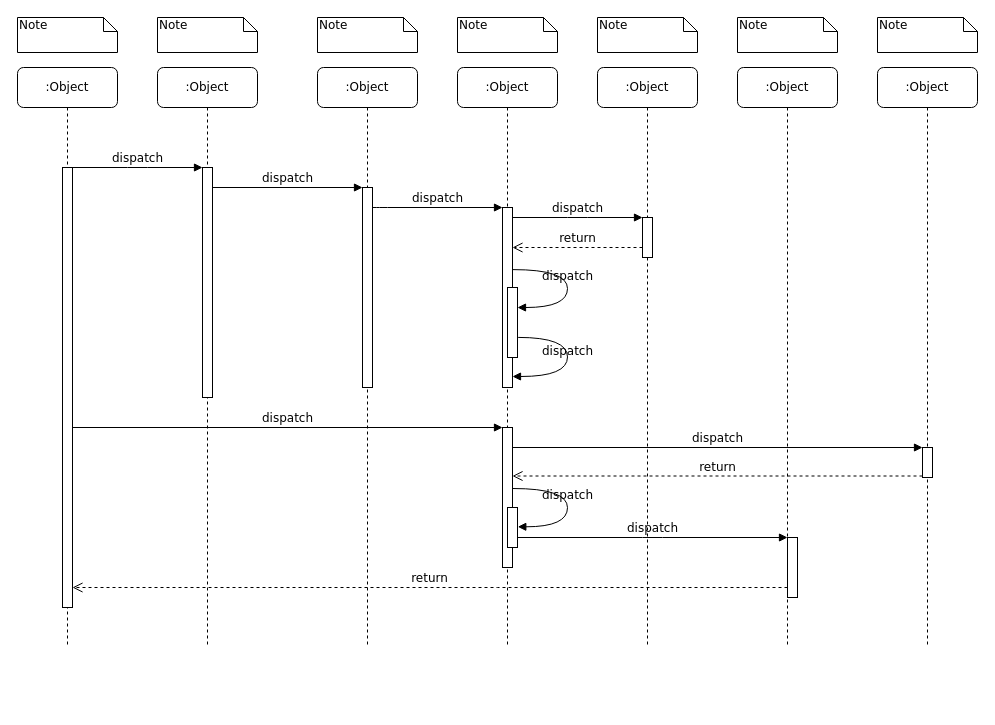
Above: config Diagram.drawio in acodetailor/uml (draw.io), before the change. Source tidied: cells renumbered, new cells numbered last; positions are measured from the earlier drawing's top-left corner, leaving out a move shared by most shapes. Both pictures are drawn from the tidied source at 100%, with x=0, y=0 at pixel (17, 17).
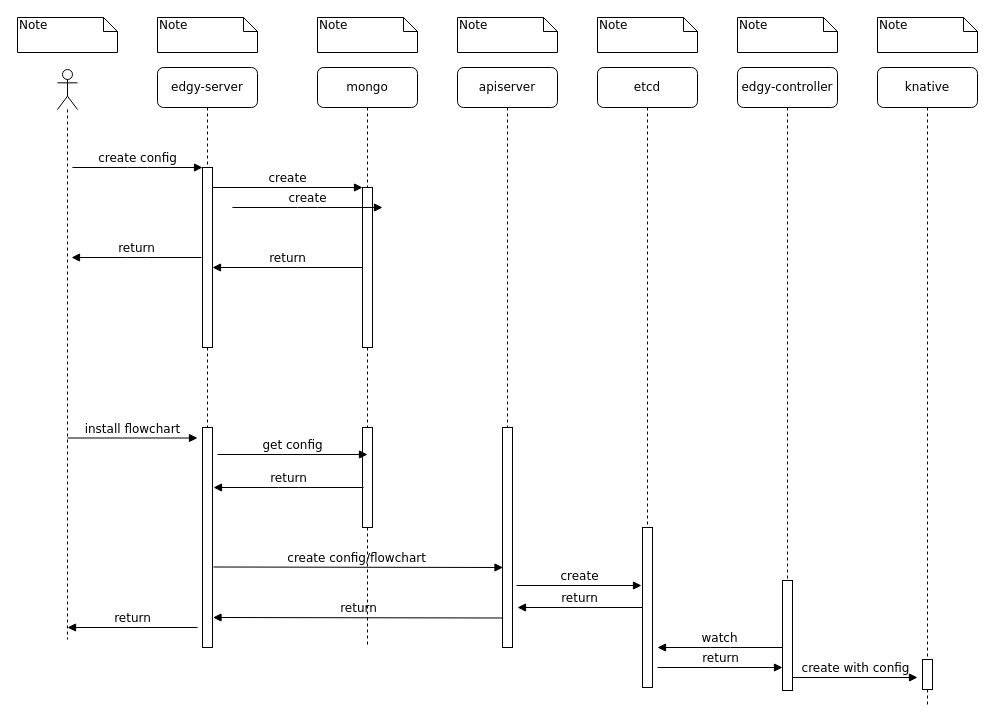
Above is the later version.

Change to the diagram source:
```diff
@@
-    <mxCell id="2" value=":Object" style="shape=umlLifeline;perimeter=lifelinePerimeter;whiteSpace=wrap;html=1;rounded=1;shadow=0;comic=0;labelBackgroundColor=none;strokeWidth=1;fontFamily=Verdana;fontSize=12;align=center;" parent="1" vertex="1">
+    <mxCell id="2" value="edgy-server" style="shape=umlLifeline;perimeter=lifelinePerimeter;whiteSpace=wrap;html=1;rounded=1;shadow=0;comic=0;labelBackgroundColor=none;strokeWidth=1;fontFamily=Verdana;fontSize=12;align=center;" parent="1" vertex="1">
       <mxGeometry x="140" y="50" width="100" height="580" as="geometry" />
     </mxCell>
     <mxCell id="3" style="html=1;points=[];perimeter=orthogonalPerimeter;rounded=0;shadow=0;comic=0;labelBackgroundColor=none;strokeWidth=1;fontFamily=Verdana;fontSize=12;align=center;" parent="2" vertex="1">
-      <mxGeometry x="45" y="100" width="10" height="230" as="geometry" />
+      <mxGeometry x="45" y="100" width="10" height="180" as="geometry" />
     </mxCell>
+    <mxCell id="39" style="html=1;perimeter=orthogonalPerimeter;rounded=0;shadow=0;comic=0;labelBackgroundColor=none;strokeWidth=1;fontFamily=Verdana;fontSize=12;align=center;" parent="2" vertex="1">
+      <mxGeometry x="45" y="360" width="10" height="220" as="geometry" />
+    </mxCell>
-    <mxCell id="4" value=":Object" style="shape=umlLifeline;perimeter=lifelinePerimeter;whiteSpace=wrap;html=1;rounded=1;shadow=0;comic=0;labelBackgroundColor=none;strokeWidth=1;fontFamily=Verdana;fontSize=12;align=center;" parent="1" vertex="1">
+    <mxCell id="4" value="mongo" style="shape=umlLifeline;perimeter=lifelinePerimeter;whiteSpace=wrap;html=1;rounded=1;shadow=0;comic=0;labelBackgroundColor=none;strokeWidth=1;fontFamily=Verdana;fontSize=12;align=center;" parent="1" vertex="1">
       <mxGeometry x="300" y="50" width="100" height="580" as="geometry" />
     </mxCell>
     <mxCell id="5" style="html=1;points=[];perimeter=orthogonalPerimeter;rounded=0;shadow=0;comic=0;labelBackgroundColor=none;strokeWidth=1;fontFamily=Verdana;fontSize=12;align=center;" parent="4" vertex="1">
-      <mxGeometry x="45" y="120" width="10" height="200" as="geometry" />
+      <mxGeometry x="45" y="120" width="10" height="160" as="geometry" />
     </mxCell>
+    <mxCell id="40" style="html=1;perimeter=orthogonalPerimeter;rounded=0;shadow=0;comic=0;labelBackgroundColor=none;strokeWidth=1;fontFamily=Verdana;fontSize=12;align=center;" parent="4" vertex="1">
+      <mxGeometry x="45" y="360" width="10" height="100" as="geometry" />
+    </mxCell>
-    <mxCell id="6" value=":Object" style="shape=umlLifeline;perimeter=lifelinePerimeter;whiteSpace=wrap;html=1;rounded=1;shadow=0;comic=0;labelBackgroundColor=none;strokeWidth=1;fontFamily=Verdana;fontSize=12;align=center;" parent="1" vertex="1">
+    <mxCell id="6" value="apiserver" style="shape=umlLifeline;perimeter=lifelinePerimeter;whiteSpace=wrap;html=1;rounded=1;shadow=0;comic=0;labelBackgroundColor=none;strokeWidth=1;fontFamily=Verdana;fontSize=12;align=center;" parent="1" vertex="1">
       <mxGeometry x="440" y="50" width="100" height="580" as="geometry" />
     </mxCell>
-    <mxCell id="7" value=":Object" style="shape=umlLifeline;perimeter=lifelinePerimeter;whiteSpace=wrap;html=1;rounded=1;shadow=0;comic=0;labelBackgroundColor=none;strokeWidth=1;fontFamily=Verdana;fontSize=12;align=center;" parent="1" vertex="1">
-      <mxGeometry x="580" y="50" width="100" height="580" as="geometry" />
+    <mxCell id="7" value="etcd" style="shape=umlLifeline;perimeter=lifelinePerimeter;whiteSpace=wrap;html=1;rounded=1;shadow=0;comic=0;labelBackgroundColor=none;strokeWidth=1;fontFamily=Verdana;fontSize=12;align=center;" parent="1" vertex="1">
+      <mxGeometry x="580" y="50" width="100" height="620" as="geometry" />
     </mxCell>
+    <mxCell id="14" style="html=1;points=[];perimeter=orthogonalPerimeter;rounded=0;shadow=0;comic=0;labelBackgroundColor=none;strokeWidth=1;fontFamily=Verdana;fontSize=12;align=center;" parent="7" vertex="1">
+      <mxGeometry x="45" y="460" width="10" height="160" as="geometry" />
+    </mxCell>
-    <mxCell id="8" value=":Object" style="shape=umlLifeline;perimeter=lifelinePerimeter;whiteSpace=wrap;html=1;rounded=1;shadow=0;comic=0;labelBackgroundColor=none;strokeWidth=1;fontFamily=Verdana;fontSize=12;align=center;" parent="1" vertex="1">
+    <mxCell id="8" value="edgy-controller" style="shape=umlLifeline;perimeter=lifelinePerimeter;whiteSpace=wrap;html=1;rounded=1;shadow=0;comic=0;labelBackgroundColor=none;strokeWidth=1;fontFamily=Verdana;fontSize=12;align=center;" parent="1" vertex="1">
       <mxGeometry x="720" y="50" width="100" height="580" as="geometry" />
     </mxCell>
-    <mxCell id="9" value=":Object" style="shape=umlLifeline;perimeter=lifelinePerimeter;whiteSpace=wrap;html=1;rounded=1;shadow=0;comic=0;labelBackgroundColor=none;strokeWidth=1;fontFamily=Verdana;fontSize=12;align=center;" parent="1" vertex="1">
-      <mxGeometry x="860" y="50" width="100" height="580" as="geometry" />
+    <mxCell id="9" value="knative" style="shape=umlLifeline;perimeter=lifelinePerimeter;whiteSpace=wrap;html=1;rounded=1;shadow=0;comic=0;labelBackgroundColor=none;strokeWidth=1;fontFamily=Verdana;fontSize=12;align=center;" parent="1" vertex="1">
+      <mxGeometry x="860" y="50" width="100" height="640" as="geometry" />
     </mxCell>
-    <mxCell id="10" value=":Object" style="shape=umlLifeline;perimeter=lifelinePerimeter;whiteSpace=wrap;html=1;rounded=1;shadow=0;comic=0;labelBackgroundColor=none;strokeWidth=1;fontFamily=Verdana;fontSize=12;align=center;" parent="1" vertex="1">
-      <mxGeometry y="50" width="100" height="580" as="geometry" />
-    </mxCell>
-    <mxCell id="11" style="html=1;points=[];perimeter=orthogonalPerimeter;rounded=0;shadow=0;comic=0;labelBackgroundColor=none;strokeWidth=1;fontFamily=Verdana;fontSize=12;align=center;" parent="10" vertex="1">
-      <mxGeometry x="45" y="100" width="10" height="440" as="geometry" />
-    </mxCell>
-    <mxCell id="12" style="html=1;points=[];perimeter=orthogonalPerimeter;rounded=0;shadow=0;comic=0;labelBackgroundColor=none;strokeWidth=1;fontFamily=Verdana;fontSize=12;align=center;" parent="1" vertex="1">
-      <mxGeometry x="485" y="190" width="10" height="180" as="geometry" />
-    </mxCell>
-    <mxCell id="13" value="dispatch" style="html=1;verticalAlign=bottom;endArrow=block;labelBackgroundColor=none;fontFamily=Verdana;fontSize=12;edgeStyle=elbowEdgeStyle;elbow=vertical;" parent="1" edge="1" source="5" target="12">
-      <mxGeometry relative="1" as="geometry">
-        <Array as="points">
-          <mxPoint x="360" y="190" />
-        </Array>
-      </mxGeometry>
-    </mxCell>
-    <mxCell id="14" style="html=1;points=[];perimeter=orthogonalPerimeter;rounded=0;shadow=0;comic=0;labelBackgroundColor=none;strokeWidth=1;fontFamily=Verdana;fontSize=12;align=center;" parent="1" vertex="1">
-      <mxGeometry x="625" y="200" width="10" height="40" as="geometry" />
-    </mxCell>
-    <mxCell id="15" value="dispatch" style="html=1;verticalAlign=bottom;endArrow=block;entryX=0;entryY=0;labelBackgroundColor=none;fontFamily=Verdana;fontSize=12;edgeStyle=elbowEdgeStyle;elbow=vertical;" parent="1" edge="1" source="12" target="14">
-      <mxGeometry relative="1" as="geometry" />
-    </mxCell>
-    <mxCell id="16" value="return" style="html=1;verticalAlign=bottom;endArrow=open;dashed=1;endSize=8;labelBackgroundColor=none;fontFamily=Verdana;fontSize=12;edgeStyle=elbowEdgeStyle;elbow=vertical;" parent="1" edge="1" source="14" target="12">
-      <mxGeometry relative="1" as="geometry">
-        <Array as="points">
-          <mxPoint x="570" y="230" />
-          <mxPoint x="600" y="230" />
-        </Array>
-      </mxGeometry>
-    </mxCell>
     <mxCell id="17" style="html=1;points=[];perimeter=orthogonalPerimeter;rounded=0;shadow=0;comic=0;labelBackgroundColor=none;strokeWidth=1;fontFamily=Verdana;fontSize=12;align=center;" parent="1" vertex="1">
-      <mxGeometry x="485" y="410" width="10" height="140" as="geometry" />
+      <mxGeometry x="485" y="410" width="10" height="220" as="geometry" />
     </mxCell>
-    <mxCell id="18" value="dispatch" style="html=1;verticalAlign=bottom;endArrow=block;entryX=0;entryY=0;labelBackgroundColor=none;fontFamily=Verdana;fontSize=12;" parent="1" edge="1" source="11" target="17">
-      <mxGeometry relative="1" as="geometry" />
-    </mxCell>
     <mxCell id="19" style="html=1;points=[];perimeter=orthogonalPerimeter;rounded=0;shadow=0;comic=0;labelBackgroundColor=none;strokeColor=#000000;strokeWidth=1;fillColor=#FFFFFF;fontFamily=Verdana;fontSize=12;fontColor=#000000;align=center;" parent="1" vertex="1">
-      <mxGeometry x="905" y="430" width="10" height="30" as="geometry" />
+      <mxGeometry x="905" y="642" width="10" height="30" as="geometry" />
     </mxCell>
-    <mxCell id="20" value="dispatch" style="html=1;verticalAlign=bottom;endArrow=block;entryX=0;entryY=0;labelBackgroundColor=none;fontFamily=Verdana;fontSize=12;" parent="1" edge="1" source="17" target="19">
-      <mxGeometry relative="1" as="geometry" />
-    </mxCell>
-    <mxCell id="21" value="return" style="html=1;verticalAlign=bottom;endArrow=open;dashed=1;endSize=8;exitX=0;exitY=0.95;labelBackgroundColor=none;fontFamily=Verdana;fontSize=12;" parent="1" edge="1" source="19" target="17">
-      <mxGeometry relative="1" as="geometry" />
-    </mxCell>
     <mxCell id="22" style="html=1;points=[];perimeter=orthogonalPerimeter;rounded=0;shadow=0;comic=0;labelBackgroundColor=none;strokeWidth=1;fontFamily=Verdana;fontSize=12;align=center;" parent="1" vertex="1">
-      <mxGeometry x="770" y="520" width="10" height="60" as="geometry" />
+      <mxGeometry x="765" y="563" width="10" height="110" as="geometry" />
     </mxCell>
-    <mxCell id="23" value="dispatch" style="html=1;verticalAlign=bottom;endArrow=block;entryX=0;entryY=0;labelBackgroundColor=none;fontFamily=Verdana;fontSize=12;edgeStyle=elbowEdgeStyle;elbow=vertical;" parent="1" edge="1" source="30" target="22">
-      <mxGeometry relative="1" as="geometry" />
-    </mxCell>
-    <mxCell id="24" value="return" style="html=1;verticalAlign=bottom;endArrow=open;dashed=1;endSize=8;labelBackgroundColor=none;fontFamily=Verdana;fontSize=12;edgeStyle=elbowEdgeStyle;elbow=vertical;" parent="1" edge="1" source="22" target="11">
-      <mxGeometry relative="1" as="geometry">
-        <Array as="points">
-          <mxPoint x="470" y="570" />
-        </Array>
-      </mxGeometry>
-    </mxCell>
-    <mxCell id="25" value="dispatch" style="html=1;verticalAlign=bottom;endArrow=block;entryX=0;entryY=0;labelBackgroundColor=none;fontFamily=Verdana;fontSize=12;edgeStyle=elbowEdgeStyle;elbow=vertical;" parent="1" edge="1" source="11" target="3">
-      <mxGeometry relative="1" as="geometry" />
+    <mxCell id="25" value="create config" style="html=1;verticalAlign=bottom;endArrow=block;entryX=0;entryY=0;labelBackgroundColor=none;fontFamily=Verdana;fontSize=12;edgeStyle=elbowEdgeStyle;elbow=horizontal;" parent="1" edge="1" target="3">
+      <mxGeometry relative="1" as="geometry">
+        <mxPoint x="55" y="150" as="sourcePoint" />
+      </mxGeometry>
     </mxCell>
-    <mxCell id="26" value="dispatch" style="html=1;verticalAlign=bottom;endArrow=block;entryX=0;entryY=0;labelBackgroundColor=none;fontFamily=Verdana;fontSize=12;edgeStyle=elbowEdgeStyle;elbow=vertical;" parent="1" edge="1" source="3" target="5">
+    <mxCell id="26" value="create" style="html=1;verticalAlign=bottom;endArrow=block;entryX=0;entryY=0;labelBackgroundColor=none;fontFamily=Verdana;fontSize=12;edgeStyle=elbowEdgeStyle;elbow=vertical;" parent="1" edge="1" source="3" target="5">
       <mxGeometry relative="1" as="geometry" />
     </mxCell>
-    <mxCell id="27" style="html=1;points=[];perimeter=orthogonalPerimeter;rounded=0;shadow=0;comic=0;labelBackgroundColor=none;strokeWidth=1;fontFamily=Verdana;fontSize=12;align=center;" parent="1" vertex="1">
-      <mxGeometry x="490" y="270" width="10" height="70" as="geometry" />
-    </mxCell>
-    <mxCell id="28" value="dispatch" style="html=1;verticalAlign=bottom;endArrow=block;labelBackgroundColor=none;fontFamily=Verdana;fontSize=12;elbow=vertical;edgeStyle=orthogonalEdgeStyle;curved=1;entryX=1;entryY=0.286;entryPerimeter=0;exitX=1.038;exitY=0.345;exitPerimeter=0;" parent="1" edge="1" source="12" target="27">
-      <mxGeometry relative="1" as="geometry">
-        <Array as="points">
-          <mxPoint x="550" y="252" />
-          <mxPoint x="550" y="290" />
-        </Array>
-      </mxGeometry>
-    </mxCell>
-    <mxCell id="29" value="dispatch" style="html=1;verticalAlign=bottom;endArrow=block;labelBackgroundColor=none;fontFamily=Verdana;fontSize=12;elbow=vertical;edgeStyle=orthogonalEdgeStyle;curved=1;exitX=1.066;exitY=0.713;exitPerimeter=0;" parent="1" edge="1" source="27">
-      <mxGeometry relative="1" as="geometry">
-        <mxPoint x="495" y="359" as="targetPoint" />
-        <Array as="points">
-          <mxPoint x="550" y="320" />
-          <mxPoint x="550" y="359" />
-        </Array>
-      </mxGeometry>
-    </mxCell>
-    <mxCell id="30" style="html=1;points=[];perimeter=orthogonalPerimeter;rounded=0;shadow=0;comic=0;labelBackgroundColor=none;strokeWidth=1;fontFamily=Verdana;fontSize=12;align=center;" parent="1" vertex="1">
-      <mxGeometry x="490" y="490" width="10" height="40" as="geometry" />
-    </mxCell>
-    <mxCell id="31" value="dispatch" style="html=1;verticalAlign=bottom;endArrow=block;labelBackgroundColor=none;fontFamily=Verdana;fontSize=12;elbow=vertical;edgeStyle=orthogonalEdgeStyle;curved=1;entryX=1;entryY=0.286;entryPerimeter=0;exitX=1.038;exitY=0.345;exitPerimeter=0;" parent="1" edge="1">
-      <mxGeometry relative="1" as="geometry">
-        <mxPoint x="495.3" y="471" as="sourcePoint" />
-        <mxPoint x="500.3" y="509.3" as="targetPoint" />
-        <Array as="points">
-          <mxPoint x="550" y="471" />
-          <mxPoint x="550" y="509" />
-        </Array>
-      </mxGeometry>
-    </mxCell>
@@
+    <mxCell id="41" style="shape=umlLifeline;participant=umlActor;perimeter=lifelinePerimeter;whiteSpace=wrap;html=1;verticalAlign=top;spacingTop=36;" parent="1" vertex="1">
+      <mxGeometry x="40" y="52" width="20" height="570" as="geometry" />
+    </mxCell>
+    <mxCell id="42" value="return" style="html=1;verticalAlign=bottom;endArrow=block;entryX=0;entryY=0;labelBackgroundColor=none;fontFamily=Verdana;fontSize=12;edgeStyle=elbowEdgeStyle;elbow=vertical;" parent="1" edge="1">
+      <mxGeometry relative="1" as="geometry">
+        <mxPoint x="345" y="250" as="sourcePoint" />
+        <mxPoint x="195" y="250" as="targetPoint" />
+      </mxGeometry>
+    </mxCell>
+    <mxCell id="43" value="return" style="html=1;verticalAlign=bottom;endArrow=block;labelBackgroundColor=none;fontFamily=Verdana;fontSize=12;edgeStyle=elbowEdgeStyle;elbow=vertical;" parent="1" edge="1">
+      <mxGeometry relative="1" as="geometry">
+        <mxPoint x="184" y="240" as="sourcePoint" />
+        <mxPoint x="54" y="240" as="targetPoint" />
+      </mxGeometry>
+    </mxCell>
+    <mxCell id="44" value="install flowchart" style="html=1;verticalAlign=bottom;endArrow=block;entryX=0;entryY=0;labelBackgroundColor=none;fontFamily=Verdana;fontSize=12;edgeStyle=elbowEdgeStyle;elbow=horizontal;" parent="1" edge="1">
+      <mxGeometry relative="1" as="geometry">
+        <mxPoint x="50" y="420.5" as="sourcePoint" />
+        <mxPoint x="180" y="420.5" as="targetPoint" />
+      </mxGeometry>
+    </mxCell>
+    <mxCell id="45" value="get config" style="html=1;verticalAlign=bottom;endArrow=block;entryX=0;entryY=0;labelBackgroundColor=none;fontFamily=Verdana;fontSize=12;edgeStyle=elbowEdgeStyle;elbow=horizontal;" parent="1" edge="1">
+      <mxGeometry relative="1" as="geometry">
+        <mxPoint x="200" y="437" as="sourcePoint" />
+        <mxPoint x="350" y="437" as="targetPoint" />
+      </mxGeometry>
+    </mxCell>
+    <mxCell id="46" value="return" style="html=1;verticalAlign=bottom;endArrow=block;entryX=0;entryY=0;labelBackgroundColor=none;fontFamily=Verdana;fontSize=12;edgeStyle=elbowEdgeStyle;elbow=vertical;" parent="1" edge="1">
+      <mxGeometry relative="1" as="geometry">
+        <mxPoint x="346" y="470" as="sourcePoint" />
+        <mxPoint x="196" y="470" as="targetPoint" />
+      </mxGeometry>
+    </mxCell>
+    <mxCell id="47" value="create config/flowchart&amp;nbsp;" style="html=1;verticalAlign=bottom;endArrow=block;labelBackgroundColor=none;fontFamily=Verdana;fontSize=12;edgeStyle=elbowEdgeStyle;elbow=vertical;" parent="1" edge="1">
+      <mxGeometry relative="1" as="geometry">
+        <mxPoint x="196" y="549.5" as="sourcePoint" />
+        <mxPoint x="485.5" y="550" as="targetPoint" />
+      </mxGeometry>
+    </mxCell>
+    <mxCell id="48" value="create" style="html=1;verticalAlign=bottom;endArrow=block;entryX=0;entryY=0;labelBackgroundColor=none;fontFamily=Verdana;fontSize=12;edgeStyle=elbowEdgeStyle;elbow=vertical;" parent="1" edge="1">
+      <mxGeometry relative="1" as="geometry">
+        <mxPoint x="215" y="190" as="sourcePoint" />
+        <mxPoint x="365" y="190" as="targetPoint" />
+      </mxGeometry>
+    </mxCell>
+    <mxCell id="49" value="create" style="html=1;verticalAlign=bottom;endArrow=block;entryX=0;entryY=0;labelBackgroundColor=none;fontFamily=Verdana;fontSize=12;edgeStyle=elbowEdgeStyle;elbow=vertical;" parent="1" edge="1">
+      <mxGeometry relative="1" as="geometry">
+        <mxPoint x="499" y="568" as="sourcePoint" />
+        <mxPoint x="624" y="568" as="targetPoint" />
+      </mxGeometry>
+    </mxCell>
+    <mxCell id="50" value="return" style="html=1;verticalAlign=bottom;endArrow=block;entryX=0;entryY=0;labelBackgroundColor=none;fontFamily=Verdana;fontSize=12;edgeStyle=elbowEdgeStyle;elbow=vertical;" parent="1" edge="1">
+      <mxGeometry relative="1" as="geometry">
+        <mxPoint x="625" y="590" as="sourcePoint" />
+        <mxPoint x="500" y="590" as="targetPoint" />
+      </mxGeometry>
+    </mxCell>
+    <mxCell id="51" value="return" style="html=1;verticalAlign=bottom;endArrow=block;labelBackgroundColor=none;fontFamily=Verdana;fontSize=12;edgeStyle=elbowEdgeStyle;elbow=vertical;" parent="1" edge="1">
+      <mxGeometry relative="1" as="geometry">
+        <mxPoint x="485" y="600.5" as="sourcePoint" />
+        <mxPoint x="195.5" y="600" as="targetPoint" />
+      </mxGeometry>
+    </mxCell>
+    <mxCell id="52" value="return" style="html=1;verticalAlign=bottom;endArrow=block;entryX=0;entryY=0;labelBackgroundColor=none;fontFamily=Verdana;fontSize=12;edgeStyle=elbowEdgeStyle;elbow=horizontal;" parent="1" edge="1">
+      <mxGeometry relative="1" as="geometry">
+        <mxPoint x="180" y="610" as="sourcePoint" />
+        <mxPoint x="50" y="610" as="targetPoint" />
+      </mxGeometry>
+    </mxCell>
+    <mxCell id="53" value="watch" style="html=1;verticalAlign=bottom;endArrow=block;entryX=0;entryY=0;labelBackgroundColor=none;fontFamily=Verdana;fontSize=12;edgeStyle=elbowEdgeStyle;elbow=horizontal;" parent="1" edge="1">
+      <mxGeometry relative="1" as="geometry">
+        <mxPoint x="765" y="630" as="sourcePoint" />
+        <mxPoint x="640" y="630" as="targetPoint" />
+      </mxGeometry>
+    </mxCell>
+    <mxCell id="54" value="return" style="html=1;verticalAlign=bottom;endArrow=block;entryX=0;entryY=0;labelBackgroundColor=none;fontFamily=Verdana;fontSize=12;edgeStyle=elbowEdgeStyle;elbow=horizontal;" parent="1" edge="1">
+      <mxGeometry relative="1" as="geometry">
+        <mxPoint x="640" y="650" as="sourcePoint" />
+        <mxPoint x="765" y="650" as="targetPoint" />
+      </mxGeometry>
+    </mxCell>
+    <mxCell id="55" value="create with config" style="html=1;verticalAlign=bottom;endArrow=block;entryX=0;entryY=0;labelBackgroundColor=none;fontFamily=Verdana;fontSize=12;edgeStyle=elbowEdgeStyle;elbow=vertical;" parent="1" edge="1">
+      <mxGeometry relative="1" as="geometry">
+        <mxPoint x="775" y="660" as="sourcePoint" />
+        <mxPoint x="900" y="660" as="targetPoint" />
+      </mxGeometry>
+    </mxCell>
```
